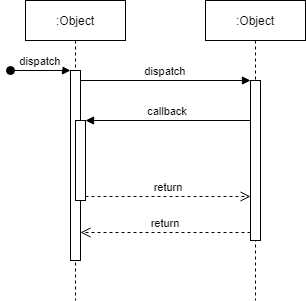
SU-CS308-22FA/TNTPSP-TEAM-25 keeps this draw.io diagram as SequenceDiagramSearchPlayer.drawio.png. Above is the earlier version. Source tidied: cells renumbered, new cells last; positions are measured from the earlier drawing's top-left corner, leaving out a move shared by most shapes. Its diagram source:
```xml
<mxGraphModel>
  <root>
    <mxCell id="0" />
    <mxCell id="1" parent="0" />
    <mxCell id="2" value=":Object" style="shape=umlLifeline;perimeter=lifelinePerimeter;rounded=0;shadow=0;strokeWidth=1;" parent="1" vertex="1">
      <mxGeometry x="15" width="100" height="300" as="geometry" />
    </mxCell>
    <mxCell id="3" style="points=[];perimeter=orthogonalPerimeter;rounded=0;shadow=0;strokeWidth=1;" parent="2" vertex="1">
      <mxGeometry x="45" y="70" width="10" height="190" as="geometry" />
    </mxCell>
    <mxCell id="4" value="dispatch" style="verticalAlign=bottom;startArrow=oval;endArrow=block;startSize=8;shadow=0;strokeWidth=1;" parent="2" edge="1" target="3">
      <mxGeometry relative="1" as="geometry">
        <mxPoint x="-15" y="70" as="sourcePoint" />
      </mxGeometry>
    </mxCell>
    <mxCell id="5" style="points=[];perimeter=orthogonalPerimeter;rounded=0;shadow=0;strokeWidth=1;" parent="2" vertex="1">
      <mxGeometry x="50" y="120" width="10" height="80" as="geometry" />
    </mxCell>
    <mxCell id="6" value=":Object" style="shape=umlLifeline;perimeter=lifelinePerimeter;rounded=0;shadow=0;strokeWidth=1;" parent="1" vertex="1">
      <mxGeometry x="195" width="100" height="300" as="geometry" />
    </mxCell>
    <mxCell id="7" style="points=[];perimeter=orthogonalPerimeter;rounded=0;shadow=0;strokeWidth=1;" parent="6" vertex="1">
      <mxGeometry x="45" y="80" width="10" height="160" as="geometry" />
    </mxCell>
    <mxCell id="8" value="return" style="verticalAlign=bottom;endArrow=open;dashed=1;endSize=8;exitX=0;exitY=0.95;shadow=0;strokeWidth=1;" parent="1" edge="1" source="7" target="3">
      <mxGeometry relative="1" as="geometry" />
    </mxCell>
    <mxCell id="9" value="dispatch" style="verticalAlign=bottom;endArrow=block;entryX=0;entryY=0;shadow=0;strokeWidth=1;" parent="1" edge="1" source="3" target="7">
      <mxGeometry relative="1" as="geometry" />
    </mxCell>
    <mxCell id="10" value="callback" style="verticalAlign=bottom;endArrow=block;entryX=1;entryY=0;shadow=0;strokeWidth=1;" parent="1" edge="1" source="7" target="5">
      <mxGeometry relative="1" as="geometry" />
    </mxCell>
    <mxCell id="11" value="return" style="verticalAlign=bottom;endArrow=open;dashed=1;endSize=8;exitX=1;exitY=0.95;shadow=0;strokeWidth=1;" parent="1" edge="1" source="5" target="7">
      <mxGeometry relative="1" as="geometry" />
    </mxCell>
  </root>
</mxGraphModel>
```
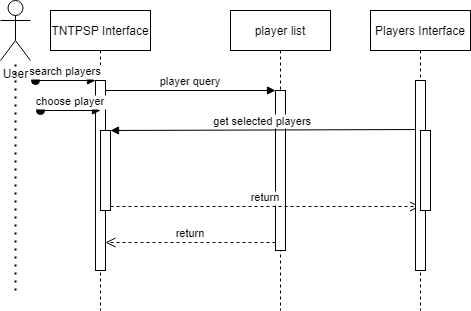
Above is the later version.

What changed in the source:
```diff
@@ -2,13 +2,13 @@
   <root>
     <mxCell id="0" />
     <mxCell id="1" parent="0" />
-    <mxCell id="2" value=":Object" style="shape=umlLifeline;perimeter=lifelinePerimeter;rounded=0;shadow=0;strokeWidth=1;" parent="1" vertex="1">
+    <mxCell id="2" value="TNTPSP Interface" style="shape=umlLifeline;perimeter=lifelinePerimeter;rounded=0;shadow=0;strokeWidth=1;" parent="1" vertex="1">
       <mxGeometry x="15" width="100" height="300" as="geometry" />
     </mxCell>
     <mxCell id="3" style="points=[];perimeter=orthogonalPerimeter;rounded=0;shadow=0;strokeWidth=1;" parent="2" vertex="1">
       <mxGeometry x="45" y="70" width="10" height="190" as="geometry" />
     </mxCell>
-    <mxCell id="4" value="dispatch" style="verticalAlign=bottom;startArrow=oval;endArrow=block;startSize=8;shadow=0;strokeWidth=1;" parent="2" edge="1" target="3">
+    <mxCell id="4" value="search players" style="verticalAlign=bottom;startArrow=oval;endArrow=block;startSize=8;shadow=0;strokeWidth=1;" parent="2" edge="1" target="3">
       <mxGeometry relative="1" as="geometry">
         <mxPoint x="-15" y="70" as="sourcePoint" />
       </mxGeometry>
@@ -16,7 +16,13 @@
     <mxCell id="5" style="points=[];perimeter=orthogonalPerimeter;rounded=0;shadow=0;strokeWidth=1;" parent="2" vertex="1">
       <mxGeometry x="50" y="120" width="10" height="80" as="geometry" />
     </mxCell>
+    <mxCell id="12" value="choose player" style="verticalAlign=bottom;startArrow=oval;endArrow=block;startSize=8;shadow=0;strokeWidth=1;" parent="2" edge="1">
+      <mxGeometry relative="1" as="geometry">
+        <mxPoint x="-10" y="100" as="sourcePoint" />
+        <mxPoint x="50" y="100" as="targetPoint" />
+      </mxGeometry>
+    </mxCell>
-    <mxCell id="6" value=":Object" style="shape=umlLifeline;perimeter=lifelinePerimeter;rounded=0;shadow=0;strokeWidth=1;" parent="1" vertex="1">
+    <mxCell id="6" value="player list" style="shape=umlLifeline;perimeter=lifelinePerimeter;rounded=0;shadow=0;strokeWidth=1;" parent="1" vertex="1">
       <mxGeometry x="195" width="100" height="300" as="geometry" />
     </mxCell>
     <mxCell id="7" style="points=[];perimeter=orthogonalPerimeter;rounded=0;shadow=0;strokeWidth=1;" parent="6" vertex="1">
@@ -25,14 +31,31 @@
     <mxCell id="8" value="return" style="verticalAlign=bottom;endArrow=open;dashed=1;endSize=8;exitX=0;exitY=0.95;shadow=0;strokeWidth=1;" parent="1" edge="1" source="7" target="3">
       <mxGeometry relative="1" as="geometry" />
     </mxCell>
-    <mxCell id="9" value="dispatch" style="verticalAlign=bottom;endArrow=block;entryX=0;entryY=0;shadow=0;strokeWidth=1;" parent="1" edge="1" source="3" target="7">
+    <mxCell id="9" value="player query" style="verticalAlign=bottom;endArrow=block;entryX=0;entryY=0;shadow=0;strokeWidth=1;" parent="1" edge="1" source="3" target="7">
       <mxGeometry relative="1" as="geometry" />
     </mxCell>
-    <mxCell id="10" value="callback" style="verticalAlign=bottom;endArrow=block;entryX=1;entryY=0;shadow=0;strokeWidth=1;" parent="1" edge="1" source="7" target="5">
+    <mxCell id="10" value="get selected players" style="verticalAlign=bottom;endArrow=block;entryX=1;entryY=0;shadow=0;strokeWidth=1;exitX=0.02;exitY=0.258;exitDx=0;exitDy=0;exitPerimeter=0;" parent="1" edge="1" source="16" target="5">
       <mxGeometry relative="1" as="geometry" />
     </mxCell>
-    <mxCell id="11" value="return" style="verticalAlign=bottom;endArrow=open;dashed=1;endSize=8;exitX=1;exitY=0.95;shadow=0;strokeWidth=1;" parent="1" edge="1" source="5" target="7">
+    <mxCell id="11" value="return" style="verticalAlign=bottom;endArrow=open;dashed=1;endSize=8;exitX=1;exitY=0.95;shadow=0;strokeWidth=1;" parent="1" edge="1" source="5" target="15">
       <mxGeometry relative="1" as="geometry" />
     </mxCell>
+    <mxCell id="13" value="User" style="shape=umlActor;verticalLabelPosition=bottom;verticalAlign=top;html=1;outlineConnect=0;" parent="1" vertex="1">
+      <mxGeometry x="-35" y="-10" width="30" height="60" as="geometry" />
+    </mxCell>
+    <mxCell id="14" style="endArrow=none;dashed=1;html=1;dashPattern=1 3;strokeWidth=2;rounded=0;" parent="1" edge="1" target="13">
+      <mxGeometry relative="1" as="geometry">
+        <mxPoint x="-20" y="280" as="sourcePoint" />
+      </mxGeometry>
+    </mxCell>
+    <mxCell id="15" value="Players Interface" style="shape=umlLifeline;perimeter=lifelinePerimeter;rounded=0;shadow=0;strokeWidth=1;" parent="1" vertex="1">
+      <mxGeometry x="335" width="100" height="300" as="geometry" />
+    </mxCell>
+    <mxCell id="16" style="points=[];perimeter=orthogonalPerimeter;rounded=0;shadow=0;strokeWidth=1;" parent="15" vertex="1">
+      <mxGeometry x="45" y="70" width="10" height="190" as="geometry" />
+    </mxCell>
+    <mxCell id="17" style="perimeter=orthogonalPerimeter;rounded=0;shadow=0;strokeWidth=1;" parent="15" vertex="1">
+      <mxGeometry x="50" y="120" width="10" height="80" as="geometry" />
+    </mxCell>
   </root>
 </mxGraphModel>
```
